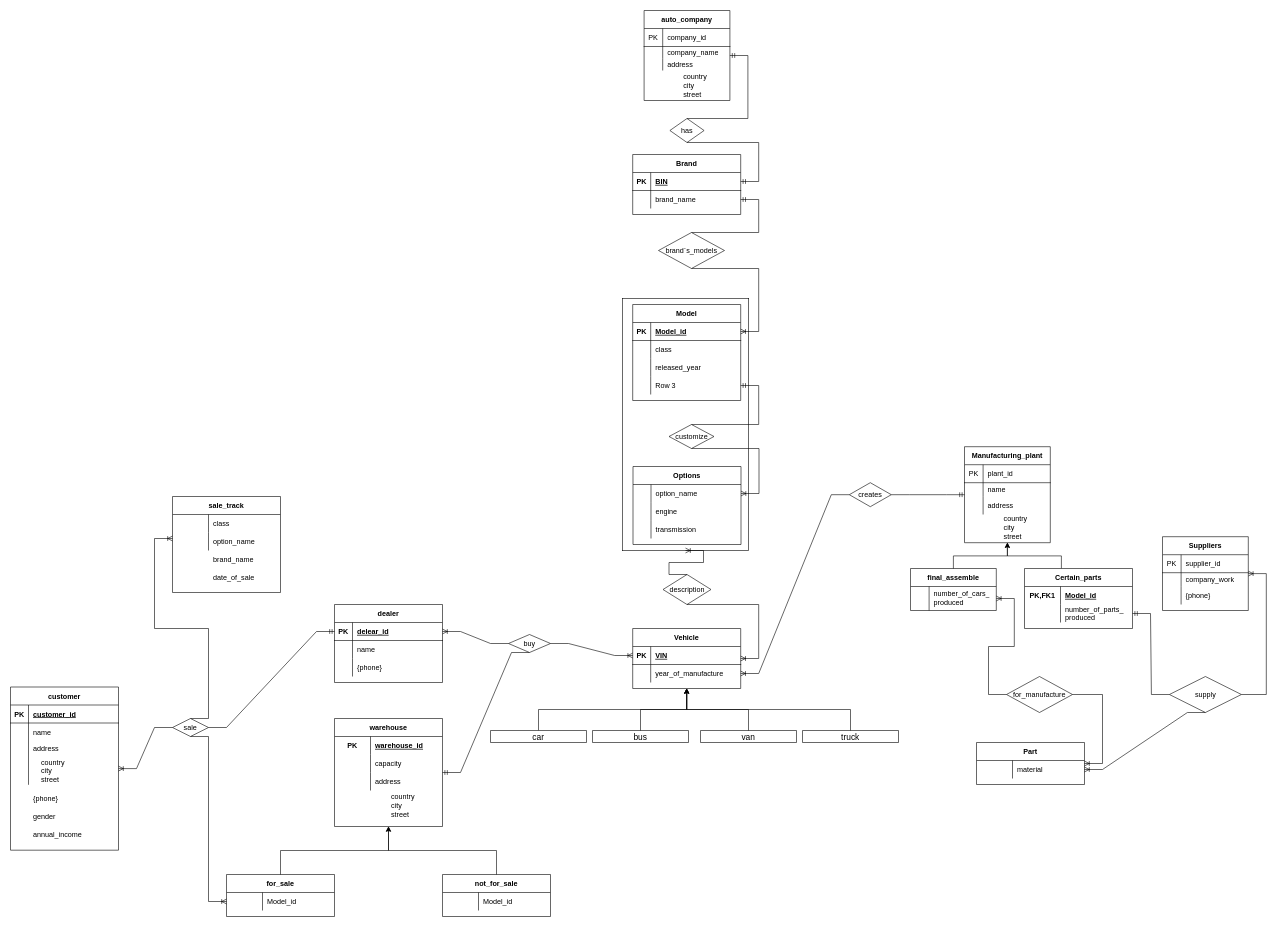
Earlier version of the draw.io diagram Untitled Diagram.drawio (TemirlanKenzhakhmet/database). Source tidied: cells renumbered, new cells numbered last; positions are measured from the earlier drawing's top-left corner, leaving out a move shared by most shapes. Both pictures are drawn from the tidied source at 60%, with x=0, y=0 at pixel (10, 10).
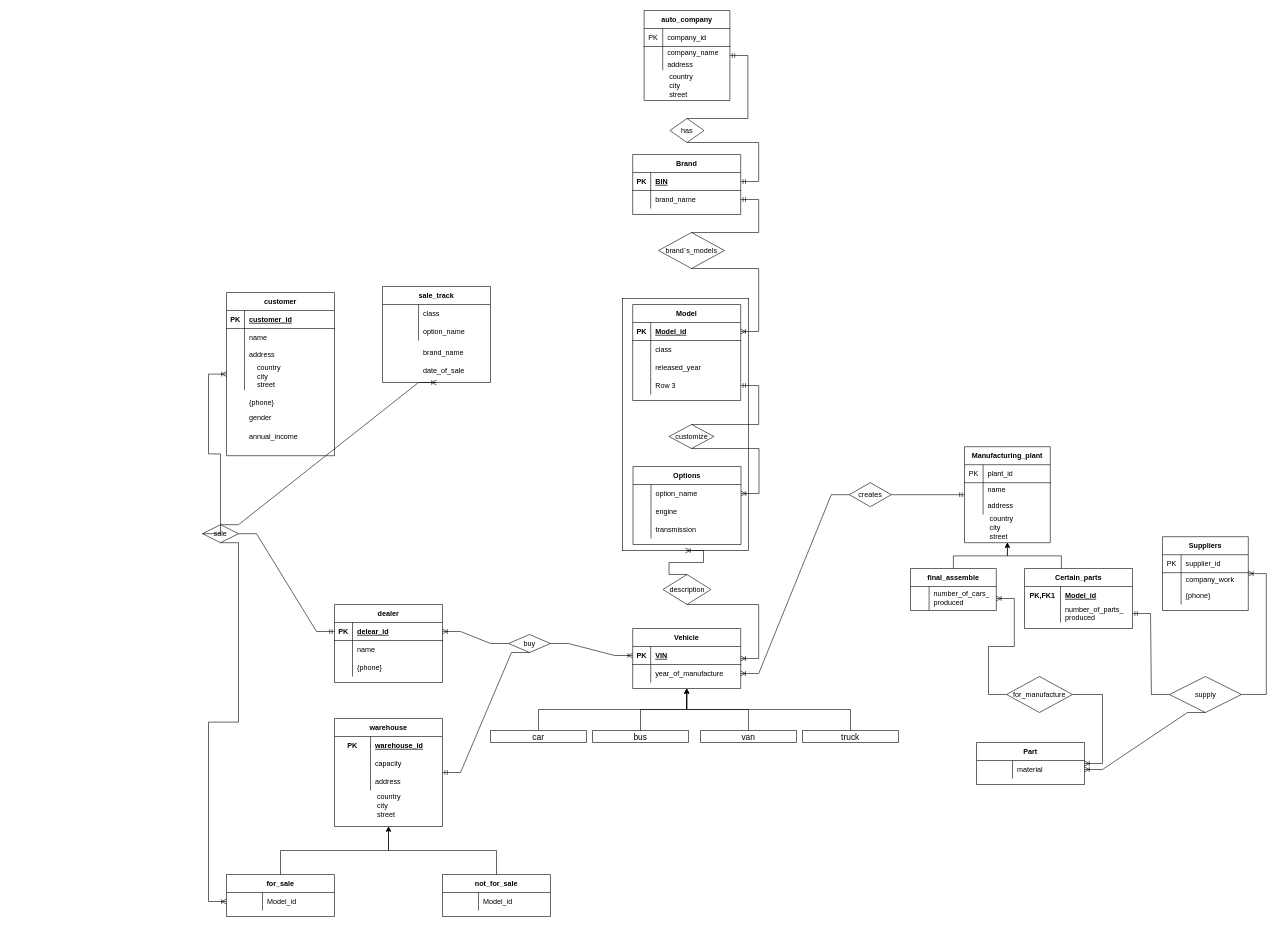
Above is the later version.

Unchanged cells that the change refers to:
```xml
<mxCell id="9" style="shape=partialRectangle;html=1;whiteSpace=wrap;fillColor=none;top=0;left=0;bottom=0;right=0;" parent="2" vertex="1">
  <mxGeometry y="80" width="143" height="20" as="geometry" />
</mxCell>
<mxCell id="82" style="shape=partialRectangle;html=1;whiteSpace=wrap;fillColor=none;top=0;left=0;bottom=0;right=0;" parent="75" vertex="1">
  <mxGeometry y="83" width="143" height="30" as="geometry" />
</mxCell>
<mxCell id="178" style="shape=partialRectangle;fillColor=none;top=0;left=0;bottom=0;right=0;fontColor=#000000;" parent="168" vertex="1">
  <mxGeometry y="115" width="180" height="48" as="geometry" />
</mxCell>
```

Change to the diagram source:
```diff
@@
-    <mxCell id="11" value="address&lt;span style=&quot;white-space: pre&quot;&gt;&#9;&lt;/span&gt;" style="shape=partialRectangle;html=1;whiteSpace=wrap;fillColor=none;top=0;left=0;bottom=0;right=0;align=left;spacingLeft=6;overflow=hidden;" parent="9" vertex="1">
+    <mxCell id="11" value="address&lt;span style=&quot;white-space: pre&quot;&gt; &lt;/span&gt;" style="shape=partialRectangle;html=1;whiteSpace=wrap;fillColor=none;top=0;left=0;bottom=0;right=0;align=left;spacingLeft=6;overflow=hidden;" parent="9" vertex="1">
       <mxGeometry x="31" width="112" height="20" as="geometry" />
     </mxCell>
-    <mxCell id="12" value="&lt;span style=&quot;white-space: pre&quot;&gt;&#9;&lt;/span&gt;country&amp;nbsp;&lt;br&gt;&lt;span style=&quot;white-space: pre&quot;&gt;&#9;&lt;/span&gt;city&lt;br&gt;&lt;span style=&quot;white-space: pre&quot;&gt;&#9;&lt;/span&gt;street" style="shape=partialRectangle;html=1;whiteSpace=wrap;fillColor=none;top=0;left=0;bottom=0;right=0;align=left;spacingLeft=6;overflow=hidden;" parent="1" vertex="1">
+    <mxCell id="12" value="&lt;span style=&quot;white-space: pre&quot;&gt; &lt;/span&gt;country&amp;nbsp;&lt;br&gt;&lt;span style=&quot;white-space: pre&quot;&gt; &lt;/span&gt;city&lt;br&gt;&lt;span style=&quot;white-space: pre&quot;&gt; &lt;/span&gt;street" style="shape=partialRectangle;html=1;whiteSpace=wrap;fillColor=none;top=0;left=0;bottom=0;right=0;align=left;spacingLeft=6;overflow=hidden;" parent="1" vertex="1">
       <mxGeometry x="1087" y="100" width="112" height="50" as="geometry" />
     </mxCell>
@@
-    <mxCell id="84" value="address&lt;span style=&quot;white-space: pre&quot;&gt;&#9;&lt;/span&gt;" style="shape=partialRectangle;html=1;whiteSpace=wrap;fillColor=none;top=0;left=0;bottom=0;right=0;align=left;spacingLeft=6;overflow=hidden;" parent="82" vertex="1">
+    <mxCell id="84" value="address&lt;span style=&quot;white-space: pre&quot;&gt; &lt;/span&gt;" style="shape=partialRectangle;html=1;whiteSpace=wrap;fillColor=none;top=0;left=0;bottom=0;right=0;align=left;spacingLeft=6;overflow=hidden;" parent="82" vertex="1">
       <mxGeometry x="31" width="112" height="30" as="geometry" />
     </mxCell>
-    <mxCell id="85" value="&lt;span style=&quot;white-space: pre&quot;&gt;&#9;&lt;/span&gt;country&amp;nbsp;&lt;br&gt;&lt;span style=&quot;white-space: pre&quot;&gt;&#9;&lt;/span&gt;city&lt;br&gt;&lt;span style=&quot;white-space: pre&quot;&gt;&#9;&lt;/span&gt;street" style="shape=partialRectangle;html=1;whiteSpace=wrap;fillColor=none;top=0;left=0;bottom=0;right=0;align=left;spacingLeft=6;overflow=hidden;" parent="1" vertex="1">
+    <mxCell id="85" value="&lt;span style=&quot;white-space: pre&quot;&gt; &lt;/span&gt;country&amp;nbsp;&lt;br&gt;&lt;span style=&quot;white-space: pre&quot;&gt; &lt;/span&gt;city&lt;br&gt;&lt;span style=&quot;white-space: pre&quot;&gt; &lt;/span&gt;street" style="shape=partialRectangle;html=1;whiteSpace=wrap;fillColor=none;top=0;left=0;bottom=0;right=0;align=left;spacingLeft=6;overflow=hidden;" parent="1" vertex="1">
       <mxGeometry x="1621" y="837" width="112" height="50" as="geometry" />
     </mxCell>
@@
-    <mxCell id="143" value="&lt;span style=&quot;white-space: pre&quot;&gt;&#9;&lt;/span&gt;country&amp;nbsp;&lt;br&gt;&lt;span style=&quot;white-space: pre&quot;&gt;&#9;&lt;/span&gt;city&lt;br&gt;&lt;span style=&quot;white-space: pre&quot;&gt;&#9;&lt;/span&gt;street" style="shape=partialRectangle;html=1;whiteSpace=wrap;fillColor=none;top=0;left=0;bottom=0;right=0;align=left;spacingLeft=6;overflow=hidden;" parent="1" vertex="1">
+    <mxCell id="143" value="&lt;span style=&quot;white-space: pre&quot;&gt; &lt;/span&gt;country&amp;nbsp;&lt;br&gt;&lt;span style=&quot;white-space: pre&quot;&gt; &lt;/span&gt;city&lt;br&gt;&lt;span style=&quot;white-space: pre&quot;&gt; &lt;/span&gt;street" style="shape=partialRectangle;html=1;whiteSpace=wrap;fillColor=none;top=0;left=0;bottom=0;right=0;align=left;spacingLeft=6;overflow=hidden;" parent="1" vertex="1">
       <mxGeometry x="600" y="1300" width="112" height="50" as="geometry" />
     </mxCell>
@@
     <mxCell id="155" value="sale" style="shape=rhombus;perimeter=rhombusPerimeter;whiteSpace=wrap;html=1;align=center;fontColor=#000000;" parent="1" vertex="1">
-      <mxGeometry x="270" y="1180" width="60" height="30" as="geometry" />
+      <mxGeometry x="320" y="857" width="60" height="30" as="geometry" />
     </mxCell>
@@
-    <mxCell id="158" style="edgeStyle=entityRelationEdgeStyle;fontSize=12;html=1;endArrow=ERoneToMany;rounded=0;fontColor=#000000;exitX=0.5;exitY=0;exitDx=0;exitDy=0;" parent="1" edge="1" source="155">
-      <mxGeometry relative="1" as="geometry">
-        <mxPoint x="270" y="880" as="targetPoint" />
-      </mxGeometry>
+    <mxCell id="158" style="edgeStyle=entityRelationEdgeStyle;fontSize=12;html=1;endArrow=ERoneToMany;rounded=0;fontColor=#000000;exitX=0.5;exitY=0;exitDx=0;exitDy=0;entryX=0.5;entryY=1;entryDx=0;entryDy=0;" parent="1" edge="1" source="155" target="159">
+      <mxGeometry relative="1" as="geometry" />
     </mxCell>
     <mxCell id="159" value="sale_track" style="shape=table;startSize=30;childLayout=tableLayout;rowLines=0;fontStyle=1;align=center;fontColor=#000000;" parent="1" vertex="1">
-      <mxGeometry x="270" y="810" width="180" height="160" as="geometry" />
+      <mxGeometry x="620" y="460" width="180" height="160" as="geometry" />
     </mxCell>
@@
     <mxCell id="166" value="brand_name" style="shape=partialRectangle;fillColor=none;top=0;left=0;bottom=0;right=0;align=left;spacingLeft=6;overflow=hidden;fontColor=#000000;" parent="1" vertex="1">
-      <mxGeometry x="330" y="900" width="120" height="30" as="geometry" />
+      <mxGeometry x="680" y="555" width="120" height="30" as="geometry" />
     </mxCell>
     <mxCell id="167" value="date_of_sale" style="shape=partialRectangle;fillColor=none;top=0;left=0;bottom=0;right=0;align=left;spacingLeft=6;overflow=hidden;fontColor=#000000;" parent="1" vertex="1">
-      <mxGeometry x="330" y="930" width="120" height="30" as="geometry" />
+      <mxGeometry x="680" y="585" width="120" height="30" as="geometry" />
     </mxCell>
     <mxCell id="168" value="customer" style="shape=table;startSize=30;childLayout=tableLayout;rowLines=0;fontStyle=1;align=center;fontColor=#000000;" parent="1" vertex="1">
-      <mxGeometry y="1127.5" width="180" height="272" as="geometry" />
+      <mxGeometry x="360" y="470" width="180" height="272" as="geometry" />
     </mxCell>
@@
-    <mxCell id="180" value="&#9;    country &#10;&#9;    city&#10;&#9;    street" style="shape=partialRectangle;fillColor=none;top=0;left=0;bottom=0;right=0;align=left;spacingLeft=6;overflow=hidden;fontColor=#000000;" parent="178" vertex="1">
+    <mxCell id="180" value="     country &#10;     city&#10;     street" style="shape=partialRectangle;fillColor=none;top=0;left=0;bottom=0;right=0;align=left;spacingLeft=6;overflow=hidden;fontColor=#000000;" parent="178" vertex="1">
       <mxGeometry x="30" width="150" height="48" as="geometry" />
     </mxCell>
@@
     <mxCell id="182" style="shape=partialRectangle;fillColor=none;top=0;left=0;bottom=0;right=0;fontColor=#000000;" parent="1" vertex="1">
-      <mxGeometry y="1300" width="180" height="25" as="geometry" />
+      <mxGeometry x="360" y="640" width="180" height="25" as="geometry" />
     </mxCell>
@@
     <mxCell id="185" style="shape=partialRectangle;fillColor=none;top=0;left=0;bottom=0;right=0;fontColor=#000000;" parent="1" vertex="1">
-      <mxGeometry y="1330" width="180" height="25" as="geometry" />
+      <mxGeometry x="360" y="665" width="180" height="25" as="geometry" />
     </mxCell>
@@
     <mxCell id="188" style="shape=partialRectangle;fillColor=none;top=0;left=0;bottom=0;right=0;fontColor=#000000;" parent="1" vertex="1">
-      <mxGeometry y="1360" width="180" height="25" as="geometry" />
+      <mxGeometry x="360" y="697.5" width="180" height="25" as="geometry" />
     </mxCell>
```
